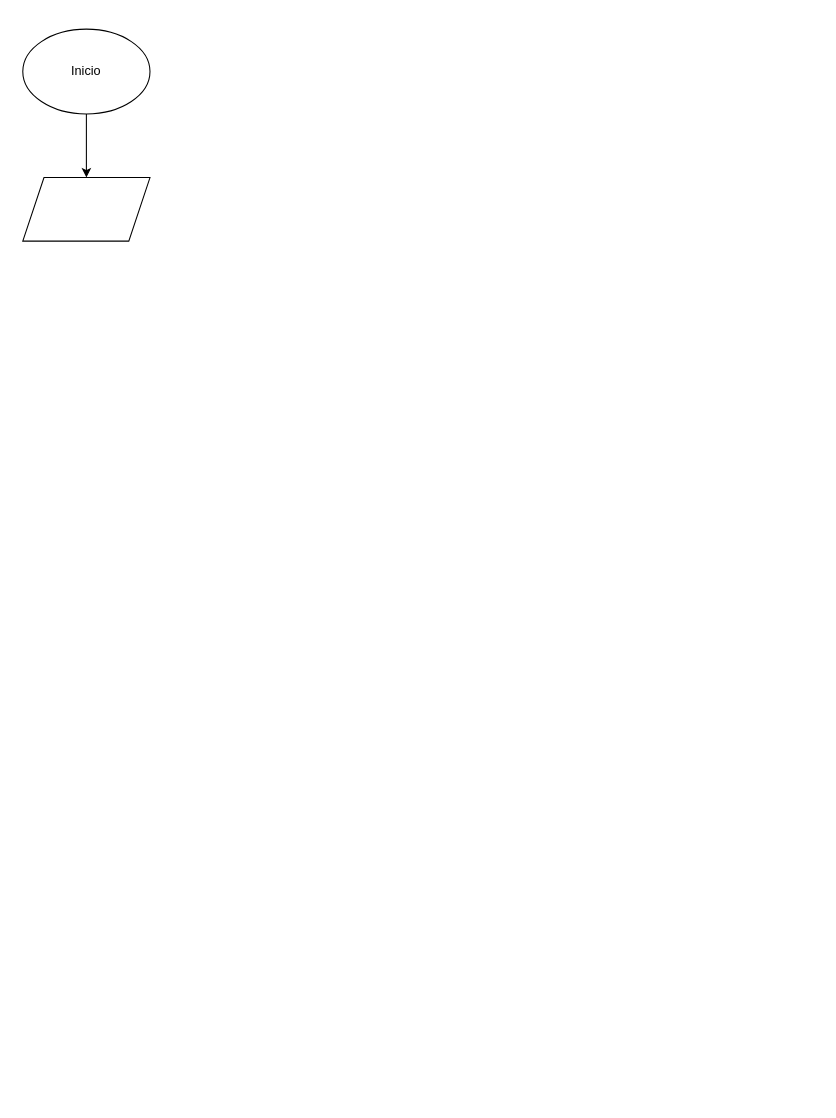
The draw.io diagram Diagrama sin título.drawio in ottoman98/50projects50days, before the edit. Source tidied: cells renumbered, new cells numbered last; positions are measured from the earlier drawing's top-left corner, leaving out a move shared by most shapes. Both pictures are drawn from the tidied source at 106%, with x=0, y=0 at pixel (22, 29).
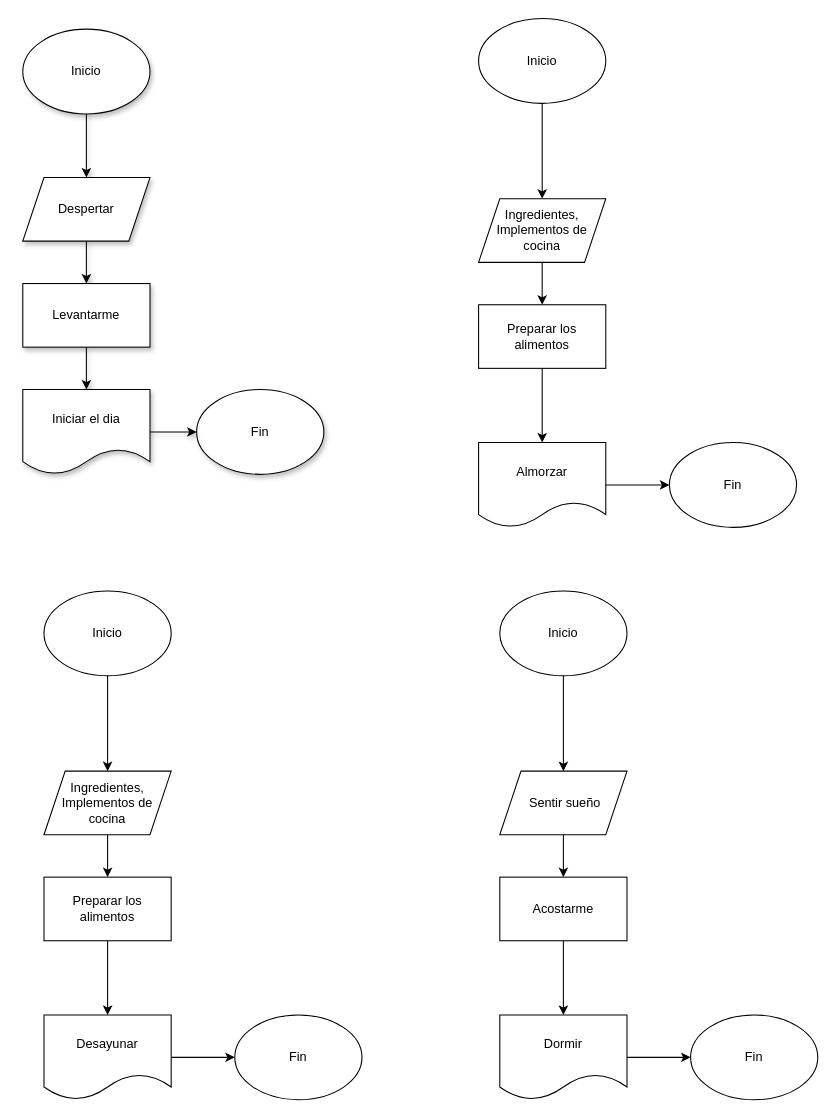
Above is the later version.

The edit, as a diff of the source:
```diff
@@
-    <mxCell id="2" style="edgeStyle=orthogonalEdgeStyle;rounded=0;jettySize=auto;html=1;exitX=0.5;exitY=1;exitDx=0;exitDy=0;entryX=0.5;entryY=0;entryDx=0;entryDy=0;" parent="1" edge="1" source="3" target="4">
+    <mxCell id="2" style="edgeStyle=orthogonalEdgeStyle;rounded=0;jettySize=auto;html=1;exitX=0.5;exitY=1;exitDx=0;exitDy=0;entryX=0.5;entryY=0;entryDx=0;entryDy=0;shadow=1;" parent="1" edge="1" source="3" target="4">
       <mxGeometry relative="1" as="geometry" />
     </mxCell>
-    <mxCell id="3" value="Inicio" style="ellipse;whiteSpace=wrap;html=1;" parent="1" vertex="1">
+    <mxCell id="3" value="Inicio" style="ellipse;whiteSpace=wrap;html=1;shadow=1;" parent="1" vertex="1">
       <mxGeometry width="120" height="80" as="geometry" />
     </mxCell>
+    <mxCell id="5" style="edgeStyle=orthogonalEdgeStyle;rounded=0;jettySize=auto;html=1;exitX=0.5;exitY=1;exitDx=0;exitDy=0;entryX=0.5;entryY=0;entryDx=0;entryDy=0;shadow=1;" parent="1" edge="1" source="4" target="7">
+      <mxGeometry relative="1" as="geometry" />
+    </mxCell>
-    <mxCell id="4" style="shape=parallelogram;perimeter=parallelogramPerimeter;whiteSpace=wrap;html=1;fixedSize=1;" parent="1" vertex="1">
+    <mxCell id="4" value="Despertar" style="shape=parallelogram;perimeter=parallelogramPerimeter;whiteSpace=wrap;html=1;fixedSize=1;shadow=1;" parent="1" vertex="1">
       <mxGeometry y="140" width="120" height="60" as="geometry" />
     </mxCell>
+    <mxCell id="6" style="edgeStyle=orthogonalEdgeStyle;rounded=0;jettySize=auto;html=1;exitX=0.5;exitY=1;exitDx=0;exitDy=0;entryX=0.5;entryY=0;entryDx=0;entryDy=0;shadow=1;" parent="1" edge="1" source="7" target="8">
+      <mxGeometry relative="1" as="geometry" />
+    </mxCell>
+    <mxCell id="7" value="Levantarme" style="rounded=0;whiteSpace=wrap;html=1;shadow=1;" parent="1" vertex="1">
+      <mxGeometry y="240" width="120" height="60" as="geometry" />
+    </mxCell>
+    <mxCell id="8" value="Iniciar el dia" style="shape=document;whiteSpace=wrap;html=1;boundedLbl=1;shadow=1;" parent="1" vertex="1">
+      <mxGeometry y="340" width="120" height="80" as="geometry" />
+    </mxCell>
+    <mxCell id="9" value="Fin" style="ellipse;whiteSpace=wrap;html=1;shadow=1;" parent="1" vertex="1">
+      <mxGeometry x="164" y="340" width="120" height="80" as="geometry" />
+    </mxCell>
+    <mxCell id="10" style="endArrow=classic;html=1;rounded=0;exitX=1;exitY=0.5;exitDx=0;exitDy=0;entryX=0;entryY=0.5;entryDx=0;entryDy=0;shadow=1;" parent="1" edge="1" source="8" target="9">
+      <mxGeometry relative="1" as="geometry" />
+    </mxCell>
+    <mxCell id="11" style="edgeStyle=orthogonalEdgeStyle;rounded=0;jettySize=auto;html=1;" parent="1" edge="1" source="12" target="14">
+      <mxGeometry relative="1" as="geometry" />
+    </mxCell>
+    <mxCell id="12" value="Inicio" style="ellipse;whiteSpace=wrap;html=1;" parent="1" vertex="1">
+      <mxGeometry x="20" y="530" width="120" height="80" as="geometry" />
+    </mxCell>
+    <mxCell id="13" style="edgeStyle=orthogonalEdgeStyle;rounded=0;jettySize=auto;html=1;exitX=0.5;exitY=1;exitDx=0;exitDy=0;entryX=0.5;entryY=0;entryDx=0;entryDy=0;" parent="1" edge="1" source="14" target="16">
+      <mxGeometry relative="1" as="geometry" />
+    </mxCell>
+    <mxCell id="14" value="Ingredientes, Implementos de cocina" style="shape=parallelogram;perimeter=parallelogramPerimeter;whiteSpace=wrap;html=1;fixedSize=1;" parent="1" vertex="1">
+      <mxGeometry x="20" y="700" width="120" height="60" as="geometry" />
+    </mxCell>
+    <mxCell id="15" style="edgeStyle=orthogonalEdgeStyle;rounded=0;jettySize=auto;html=1;" parent="1" edge="1" source="16" target="18">
+      <mxGeometry relative="1" as="geometry" />
+    </mxCell>
+    <mxCell id="16" value="Preparar los alimentos" style="rounded=0;whiteSpace=wrap;html=1;" parent="1" vertex="1">
+      <mxGeometry x="20" y="800" width="120" height="60" as="geometry" />
+    </mxCell>
+    <mxCell id="17" style="edgeStyle=orthogonalEdgeStyle;rounded=0;jettySize=auto;html=1;exitX=1;exitY=0.5;exitDx=0;exitDy=0;" parent="1" edge="1" source="18" target="19">
+      <mxGeometry relative="1" as="geometry" />
+    </mxCell>
+    <mxCell id="18" value="Desayunar" style="shape=document;whiteSpace=wrap;html=1;boundedLbl=1;rounded=0;" parent="1" vertex="1">
+      <mxGeometry x="20" y="930" width="120" height="80" as="geometry" />
+    </mxCell>
+    <mxCell id="19" value="Fin" style="ellipse;whiteSpace=wrap;html=1;" parent="1" vertex="1">
+      <mxGeometry x="200" y="930" width="120" height="80" as="geometry" />
+    </mxCell>
+    <mxCell id="20" style="edgeStyle=orthogonalEdgeStyle;rounded=0;jettySize=auto;html=1;" parent="1" edge="1" source="21" target="23">
+      <mxGeometry relative="1" as="geometry" />
+    </mxCell>
+    <mxCell id="21" value="Inicio" style="ellipse;whiteSpace=wrap;html=1;" parent="1" vertex="1">
+      <mxGeometry x="430" y="-10" width="120" height="80" as="geometry" />
+    </mxCell>
+    <mxCell id="22" style="edgeStyle=orthogonalEdgeStyle;rounded=0;jettySize=auto;html=1;exitX=0.5;exitY=1;exitDx=0;exitDy=0;entryX=0.5;entryY=0;entryDx=0;entryDy=0;" parent="1" edge="1" source="23" target="25">
+      <mxGeometry relative="1" as="geometry" />
+    </mxCell>
+    <mxCell id="23" value="Ingredientes, Implementos de cocina" style="shape=parallelogram;perimeter=parallelogramPerimeter;whiteSpace=wrap;html=1;fixedSize=1;" parent="1" vertex="1">
+      <mxGeometry x="430" y="160" width="120" height="60" as="geometry" />
+    </mxCell>
+    <mxCell id="24" style="edgeStyle=orthogonalEdgeStyle;rounded=0;jettySize=auto;html=1;" parent="1" edge="1" source="25" target="27">
+      <mxGeometry relative="1" as="geometry" />
+    </mxCell>
+    <mxCell id="25" value="Preparar los alimentos" style="rounded=0;whiteSpace=wrap;html=1;" parent="1" vertex="1">
+      <mxGeometry x="430" y="260" width="120" height="60" as="geometry" />
+    </mxCell>
+    <mxCell id="26" style="edgeStyle=orthogonalEdgeStyle;rounded=0;jettySize=auto;html=1;exitX=1;exitY=0.5;exitDx=0;exitDy=0;" parent="1" edge="1" source="27" target="28">
+      <mxGeometry relative="1" as="geometry" />
+    </mxCell>
+    <mxCell id="27" value="Almorzar" style="shape=document;whiteSpace=wrap;html=1;boundedLbl=1;rounded=0;" parent="1" vertex="1">
+      <mxGeometry x="430" y="390" width="120" height="80" as="geometry" />
+    </mxCell>
+    <mxCell id="28" value="Fin" style="ellipse;whiteSpace=wrap;html=1;" parent="1" vertex="1">
+      <mxGeometry x="610" y="390" width="120" height="80" as="geometry" />
+    </mxCell>
+    <mxCell id="29" style="edgeStyle=orthogonalEdgeStyle;rounded=0;jettySize=auto;html=1;" parent="1" edge="1" source="30" target="32">
+      <mxGeometry relative="1" as="geometry" />
+    </mxCell>
+    <mxCell id="30" value="Inicio" style="ellipse;whiteSpace=wrap;html=1;" parent="1" vertex="1">
+      <mxGeometry x="450" y="530" width="120" height="80" as="geometry" />
+    </mxCell>
+    <mxCell id="31" style="edgeStyle=orthogonalEdgeStyle;rounded=0;jettySize=auto;html=1;exitX=0.5;exitY=1;exitDx=0;exitDy=0;entryX=0.5;entryY=0;entryDx=0;entryDy=0;" parent="1" edge="1" source="32" target="34">
+      <mxGeometry relative="1" as="geometry" />
+    </mxCell>
+    <mxCell id="32" value="&amp;nbsp;Sentir sueño" style="shape=parallelogram;perimeter=parallelogramPerimeter;whiteSpace=wrap;html=1;fixedSize=1;" parent="1" vertex="1">
+      <mxGeometry x="450" y="700" width="120" height="60" as="geometry" />
+    </mxCell>
+    <mxCell id="33" style="edgeStyle=orthogonalEdgeStyle;rounded=0;jettySize=auto;html=1;" parent="1" edge="1" source="34" target="36">
+      <mxGeometry relative="1" as="geometry" />
+    </mxCell>
+    <mxCell id="34" value="Acostarme" style="rounded=0;whiteSpace=wrap;html=1;" parent="1" vertex="1">
+      <mxGeometry x="450" y="800" width="120" height="60" as="geometry" />
+    </mxCell>
+    <mxCell id="35" style="edgeStyle=orthogonalEdgeStyle;rounded=0;jettySize=auto;html=1;exitX=1;exitY=0.5;exitDx=0;exitDy=0;" parent="1" edge="1" source="36" target="37">
+      <mxGeometry relative="1" as="geometry" />
+    </mxCell>
+    <mxCell id="36" value="Dormir" style="shape=document;whiteSpace=wrap;html=1;boundedLbl=1;rounded=0;" parent="1" vertex="1">
+      <mxGeometry x="450" y="930" width="120" height="80" as="geometry" />
+    </mxCell>
+    <mxCell id="37" value="Fin" style="ellipse;whiteSpace=wrap;html=1;" parent="1" vertex="1">
+      <mxGeometry x="630" y="930" width="120" height="80" as="geometry" />
+    </mxCell>
```
